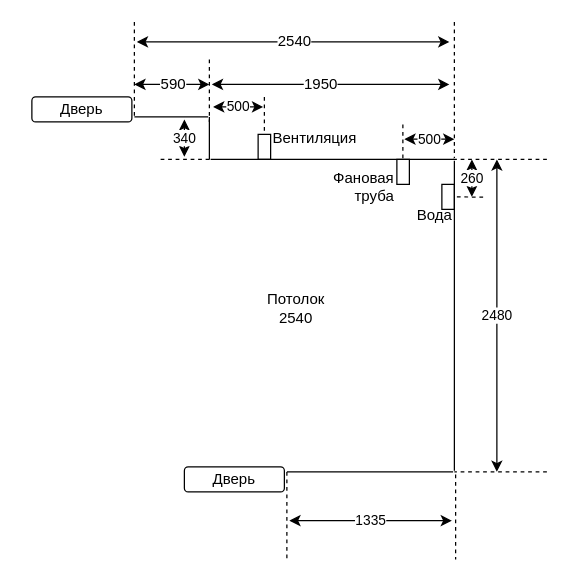
Above: kitchen.drawio in 7ak/draw.io (draw.io), before the change. Source tidied: cells renumbered, new cells numbered last; positions are measured from the earlier drawing's top-left corner, leaving out a move shared by most shapes. Both pictures are drawn from the tidied source at 125%, with x=0, y=0 at pixel (31, 21).
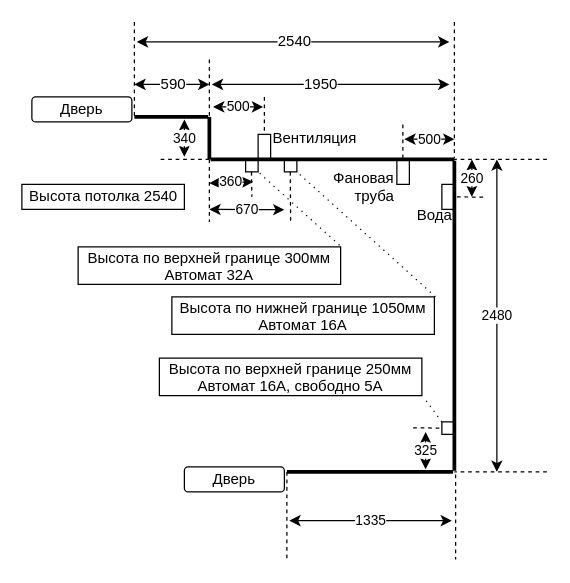
The same page after the edit.

Change to the diagram source:
```diff
@@
-    <mxCell id="2" style="endArrow=none;html=1;" parent="1" edge="1">
+    <mxCell id="2" style="endArrow=none;html=1;strokeWidth=3;" parent="1" edge="1">
       <mxGeometry relative="1" as="geometry">
         <mxPoint x="82" y="76" as="sourcePoint" />
         <mxPoint x="141" y="76" as="targetPoint" />
       </mxGeometry>
     </mxCell>
-    <mxCell id="3" style="endArrow=none;html=1;" parent="1" edge="1">
+    <mxCell id="3" style="endArrow=none;html=1;strokeWidth=3;" parent="1" edge="1">
       <mxGeometry relative="1" as="geometry">
         <mxPoint x="142" y="76" as="sourcePoint" />
         <mxPoint x="142" y="110" as="targetPoint" />
       </mxGeometry>
     </mxCell>
-    <mxCell id="4" style="endArrow=none;html=1;" parent="1" edge="1">
+    <mxCell id="4" style="endArrow=none;html=1;strokeWidth=3;" parent="1" edge="1">
       <mxGeometry relative="1" as="geometry">
         <mxPoint x="143" y="110" as="sourcePoint" />
         <mxPoint x="338" y="110" as="targetPoint" />
       </mxGeometry>
     </mxCell>
-    <mxCell id="5" style="endArrow=none;html=1;" parent="1" edge="1">
+    <mxCell id="5" style="endArrow=none;html=1;strokeWidth=3;" parent="1" edge="1">
       <mxGeometry relative="1" as="geometry">
         <mxPoint x="338" y="111" as="sourcePoint" />
         <mxPoint x="338" y="359" as="targetPoint" />
       </mxGeometry>
     </mxCell>
-    <mxCell id="6" style="endArrow=none;html=1;" parent="1" edge="1">
+    <mxCell id="6" style="endArrow=none;html=1;strokeWidth=3;" parent="1" edge="1">
       <mxGeometry relative="1" as="geometry">
         <mxPoint x="337" y="360" as="sourcePoint" />
         <mxPoint x="204" y="360" as="targetPoint" />
       </mxGeometry>
     </mxCell>
@@
-    <mxCell id="35" value="Потолок&lt;br&gt;2540" style="text;html=1;align=center;verticalAlign=middle;" parent="1" vertex="1">
-      <mxGeometry x="181" y="214" width="60" height="30" as="geometry" />
+    <mxCell id="35" value="Высота потолка 2540" style="text;html=1;align=center;verticalAlign=middle;strokeColor=#000000;" parent="1" vertex="1">
+      <mxGeometry x="-8" y="130" width="130" height="20" as="geometry" />
     </mxCell>
+    <mxCell id="36" style="rounded=0;whiteSpace=wrap;html=1;fillColor=none;labelPosition=right;verticalLabelPosition=middle;align=left;verticalAlign=middle;spacingLeft=0;spacingTop=11;fontSize=10;" parent="1" vertex="1">
+      <mxGeometry x="171" y="110" width="10" height="10" as="geometry" />
+    </mxCell>
+    <mxCell id="37" style="endArrow=none;dashed=1;html=1;" parent="1" edge="1">
+      <mxGeometry relative="1" as="geometry">
+        <mxPoint x="206.7" y="120" as="sourcePoint" />
+        <mxPoint x="207" y="160" as="targetPoint" />
+      </mxGeometry>
+    </mxCell>
+    <mxCell id="38" style="endArrow=none;dashed=1;html=1;" parent="1" edge="1">
+      <mxGeometry relative="1" as="geometry">
+        <mxPoint x="142" y="110" as="sourcePoint" />
+        <mxPoint x="142" y="160" as="targetPoint" />
+      </mxGeometry>
+    </mxCell>
+    <mxCell id="39" value="670" style="endArrow=classic;startArrow=classic;html=1;" parent="1" edge="1">
+      <mxGeometry relative="1" as="geometry">
+        <mxPoint x="142" y="150" as="sourcePoint" />
+        <mxPoint x="202" y="150.3" as="targetPoint" />
+      </mxGeometry>
+    </mxCell>
+    <mxCell id="40" style="rounded=0;whiteSpace=wrap;html=1;fillColor=none;labelPosition=right;verticalLabelPosition=middle;align=left;verticalAlign=middle;spacingLeft=0;spacingTop=41;" parent="1" vertex="1">
+      <mxGeometry x="202" y="110" width="10" height="10" as="geometry" />
+    </mxCell>
+    <mxCell id="41" value="Высота по верхней границе 300мм&#10;Автомат 32А" style="text;align=center;verticalAlign=middle;points=[];fontSize=12;strokeColor=#000000;" parent="1" vertex="1">
+      <mxGeometry x="37" y="180" width="210" height="30" as="geometry" />
+    </mxCell>
+    <mxCell id="42" value="Высота по нижней границе 1050мм&#10;Автомат 16А" style="text;align=center;verticalAlign=middle;points=[];fontSize=12;strokeColor=#000000;" parent="1" vertex="1">
+      <mxGeometry x="112" y="220" width="210" height="30" as="geometry" />
+    </mxCell>
+    <mxCell id="43" style="endArrow=none;dashed=1;html=1;" parent="1" edge="1">
+      <mxGeometry relative="1" as="geometry">
+        <mxPoint x="175.7" y="120" as="sourcePoint" />
+        <mxPoint x="176" y="140" as="targetPoint" />
+      </mxGeometry>
+    </mxCell>
+    <mxCell id="44" value="360" style="endArrow=classic;startArrow=classic;html=1;" parent="1" edge="1">
+      <mxGeometry x="-0.03" y="1" relative="1" as="geometry">
+        <mxPoint x="142" y="129" as="sourcePoint" />
+        <mxPoint x="177" y="128" as="targetPoint" />
+      </mxGeometry>
+    </mxCell>
+    <mxCell id="45" style="endArrow=none;html=1;fontSize=12;entryX=1;entryY=1;entryDx=0;entryDy=0;exitX=0.996;exitY=-0.043;exitDx=0;exitDy=0;exitPerimeter=0;dashed=1;dashPattern=1 4;" parent="1" edge="1" source="41" target="36">
+      <mxGeometry relative="1" as="geometry" />
+    </mxCell>
+    <mxCell id="46" style="endArrow=none;html=1;fontSize=12;entryX=1;entryY=1;entryDx=0;entryDy=0;exitX=1.004;exitY=-0.005;exitDx=0;exitDy=0;exitPerimeter=0;dashed=1;dashPattern=1 4;" parent="1" edge="1" source="42" target="40">
+      <mxGeometry relative="1" as="geometry" />
+    </mxCell>
+    <mxCell id="47" style="rounded=0;whiteSpace=wrap;html=1;fillColor=none;labelPosition=right;verticalLabelPosition=middle;align=left;verticalAlign=middle;spacingLeft=0;spacingTop=41;" parent="1" vertex="1">
+      <mxGeometry x="328" y="320" width="10" height="10" as="geometry" />
+    </mxCell>
+    <mxCell id="48" value="Высота по верхней границе 250мм&#10;Автомат 16А, свободно 5А" style="text;align=center;verticalAlign=middle;points=[];fontSize=12;strokeColor=#000000;" parent="1" vertex="1">
+      <mxGeometry x="102" y="269" width="210" height="30" as="geometry" />
+    </mxCell>
+    <mxCell id="49" style="endArrow=none;dashed=1;html=1;" parent="1" edge="1">
+      <mxGeometry relative="1" as="geometry">
+        <mxPoint x="326" y="325" as="sourcePoint" />
+        <mxPoint x="302" y="324.7" as="targetPoint" />
+      </mxGeometry>
+    </mxCell>
+    <mxCell id="50" style="endArrow=none;html=1;fontSize=12;entryX=1.007;entryY=1.048;entryDx=0;entryDy=0;exitX=0;exitY=0;exitDx=0;exitDy=0;dashed=1;dashPattern=1 4;entryPerimeter=0;" parent="1" edge="1" source="47" target="48">
+      <mxGeometry relative="1" as="geometry" />
+    </mxCell>
+    <mxCell id="51" value="325" style="endArrow=classic;startArrow=classic;html=1;" parent="1" edge="1">
+      <mxGeometry relative="1" as="geometry">
+        <mxPoint x="315" y="358" as="sourcePoint" />
+        <mxPoint x="315" y="328" as="targetPoint" />
+      </mxGeometry>
+    </mxCell>
```
